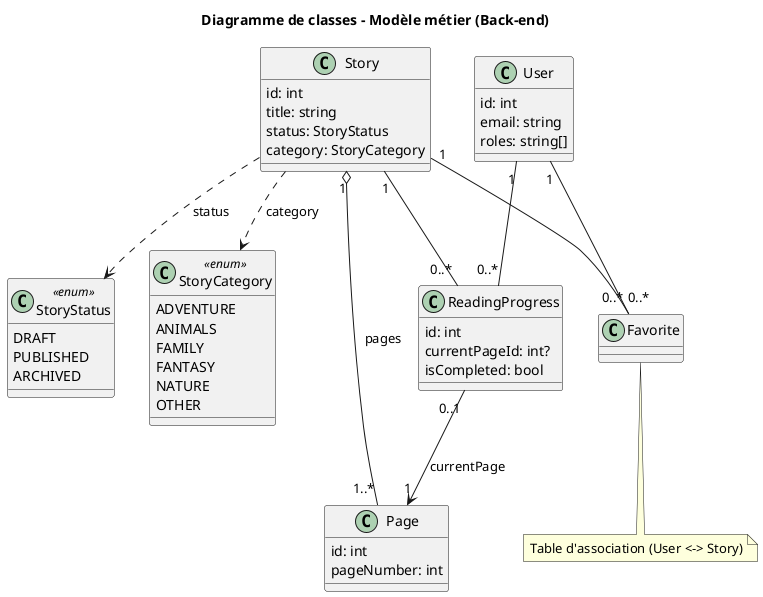
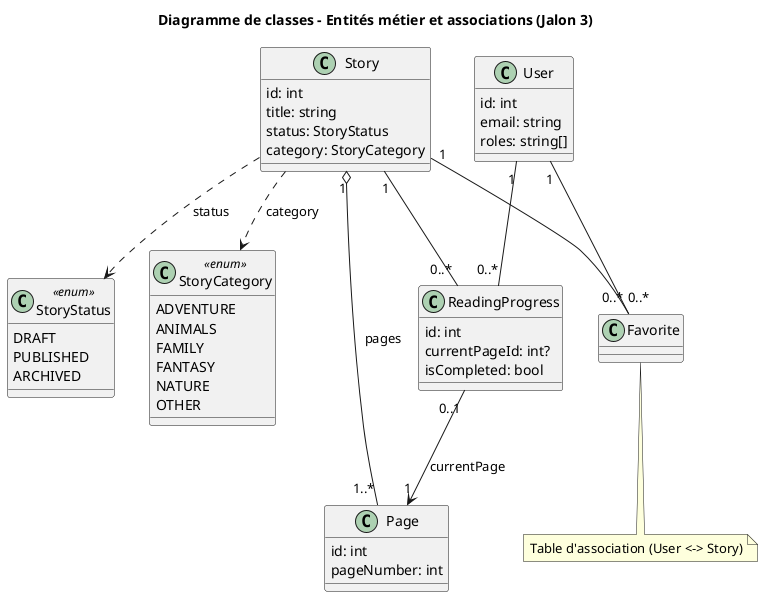
@startuml
- title Diagramme de classes – Modèle métier (Back-end)
+ title Diagramme de classes – Entités métier et associations (Jalon 3)
skinparam shadowing false
skinparam classAttributeIconSize 0
skinparam classIconSize 0
top to bottom direction

class User {
  id: int
  email: string
  roles: string[]
}

class Story {
  id: int
  title: string
  status: StoryStatus
  category: StoryCategory
}

class Page {
  id: int
  pageNumber: int
}

class Favorite {
}

class ReadingProgress {
  id: int
  currentPageId: int?
  isCompleted: bool
}

class StoryStatus <<enum>> {
  DRAFT
  PUBLISHED
  ARCHIVED
}

class StoryCategory <<enum>> {
  ADVENTURE
  ANIMALS
  FAMILY
  FANTASY
  NATURE
  OTHER
}

Story "1" o-- "1..*" Page : pages
User "1" -- "0..*" Favorite
Story "1" -- "0..*" Favorite
User "1" -- "0..*" ReadingProgress
Story "1" -- "0..*" ReadingProgress
ReadingProgress "0..1" --> "1" Page : currentPage

Story ..> StoryStatus : status
Story ..> StoryCategory : category

note bottom of Favorite
Table d'association (User <-> Story)
end note

@enduml

